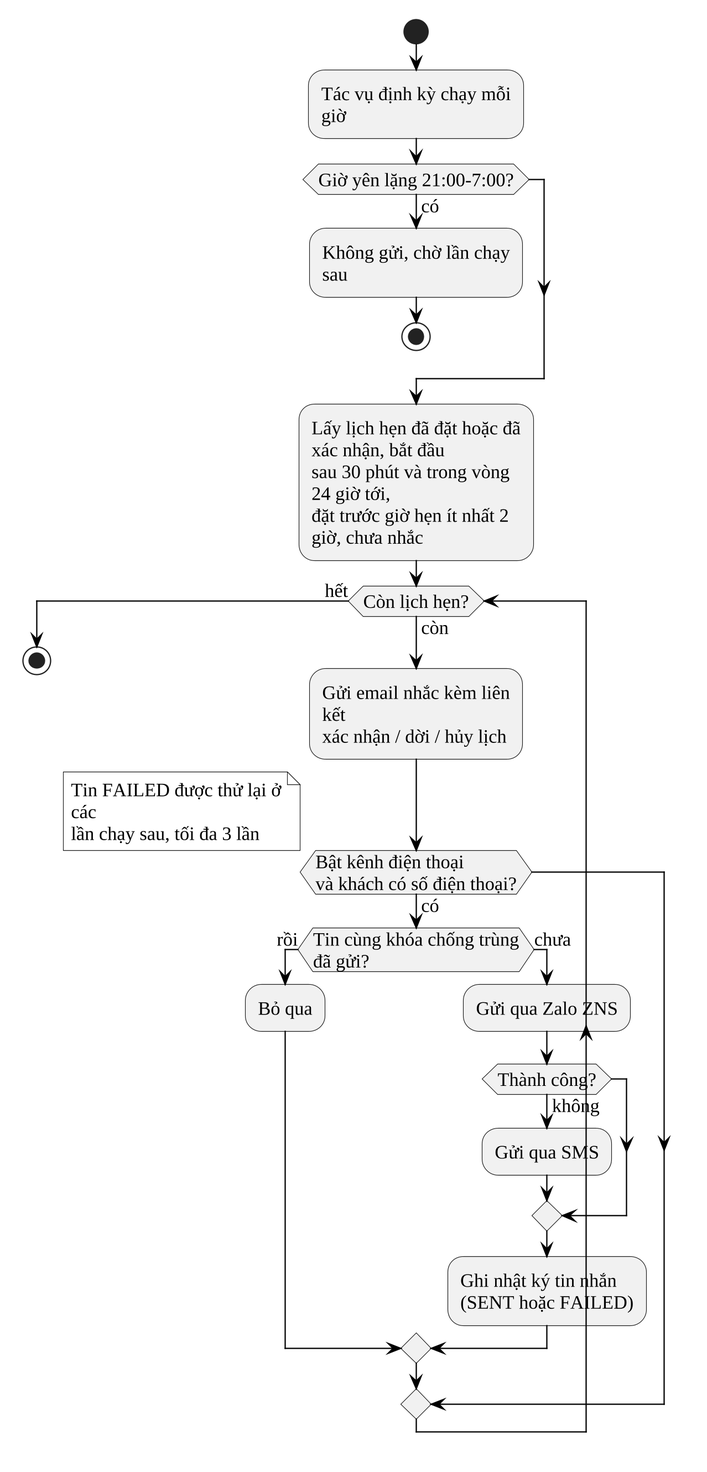
Trantuan0310/dental-clinic-nestjs-react keeps this PlantUML diagram as docs/10_Thesis/bao-cao/hinh/3-21-hoat-dong-nhac-lich.png. Above is the earlier version.
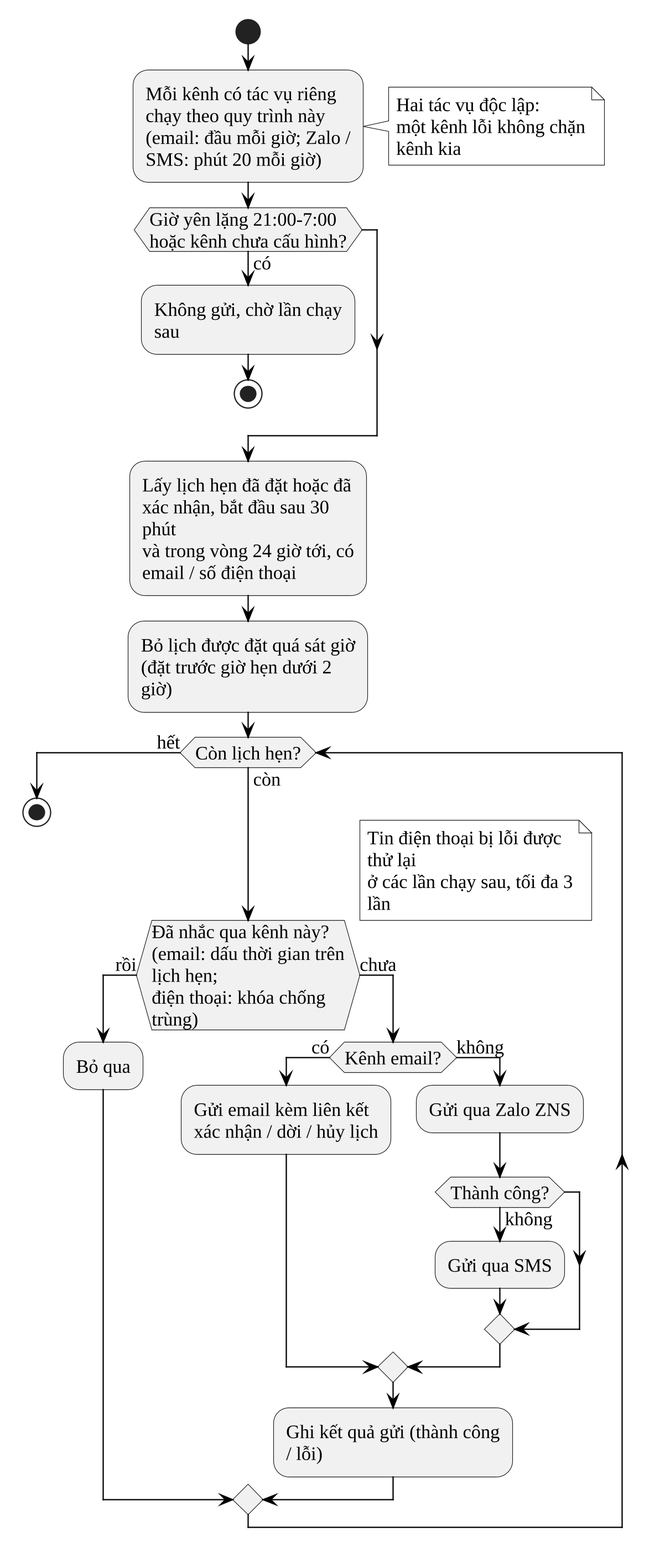
The same diagram one commit later.

Commit message:
docs(thesis): biểu đồ nhắc lịch tách hai tác vụ email và điện thoại theo đúng mã

Change to the diagram source:
```diff
@@ -1,29 +1,35 @@
 @startuml
 !include _kieu.iuml
 start
-:Tác vụ định kỳ chạy mỗi giờ;
-if (Giờ yên lặng 21:00-7:00?) then (có)
+:Mỗi kênh có tác vụ riêng chạy theo quy trình này\n(email: đầu mỗi giờ; Zalo / SMS: phút 20 mỗi giờ);
+note right
+  Hai tác vụ độc lập:
+  một kênh lỗi không chặn kênh kia
+end note
+if (Giờ yên lặng 21:00-7:00\nhoặc kênh chưa cấu hình?) then (có)
   :Không gửi, chờ lần chạy sau;
   stop
 endif
-:Lấy lịch hẹn đã đặt hoặc đã xác nhận, bắt đầu\nsau 30 phút và trong vòng 24 giờ tới,\nđặt trước giờ hẹn ít nhất 2 giờ, chưa nhắc;
+:Lấy lịch hẹn đã đặt hoặc đã xác nhận, bắt đầu sau 30 phút\nvà trong vòng 24 giờ tới, có email / số điện thoại;
+:Bỏ lịch được đặt quá sát giờ\n(đặt trước giờ hẹn dưới 2 giờ);
 while (Còn lịch hẹn?) is (còn)
-  :Gửi email nhắc kèm liên kết\nxác nhận / dời / hủy lịch;
-  if (Bật kênh điện thoại\nvà khách có số điện thoại?) then (có)
-    if (Tin cùng khóa chống trùng\nđã gửi?) then (rồi)
-      :Bỏ qua;
-    else (chưa)
+  if (Đã nhắc qua kênh này?\n(email: dấu thời gian trên lịch hẹn;\nđiện thoại: khóa chống trùng)) then (rồi)
+    :Bỏ qua;
+  else (chưa)
+    if (Kênh email?) then (có)
+      :Gửi email kèm liên kết\nxác nhận / dời / hủy lịch;
+    else (không)
       :Gửi qua Zalo ZNS;
       if (Thành công?) then (không)
         :Gửi qua SMS;
       endif
-      :Ghi nhật ký tin nhắn\n(SENT hoặc FAILED);
     endif
+    :Ghi kết quả gửi (thành công / lỗi);
   endif
 endwhile (hết)
 note right
-  Tin FAILED được thử lại ở các
-  lần chạy sau, tối đa 3 lần
+  Tin điện thoại bị lỗi được thử lại
+  ở các lần chạy sau, tối đa 3 lần
 end note
 stop
 @enduml
```
